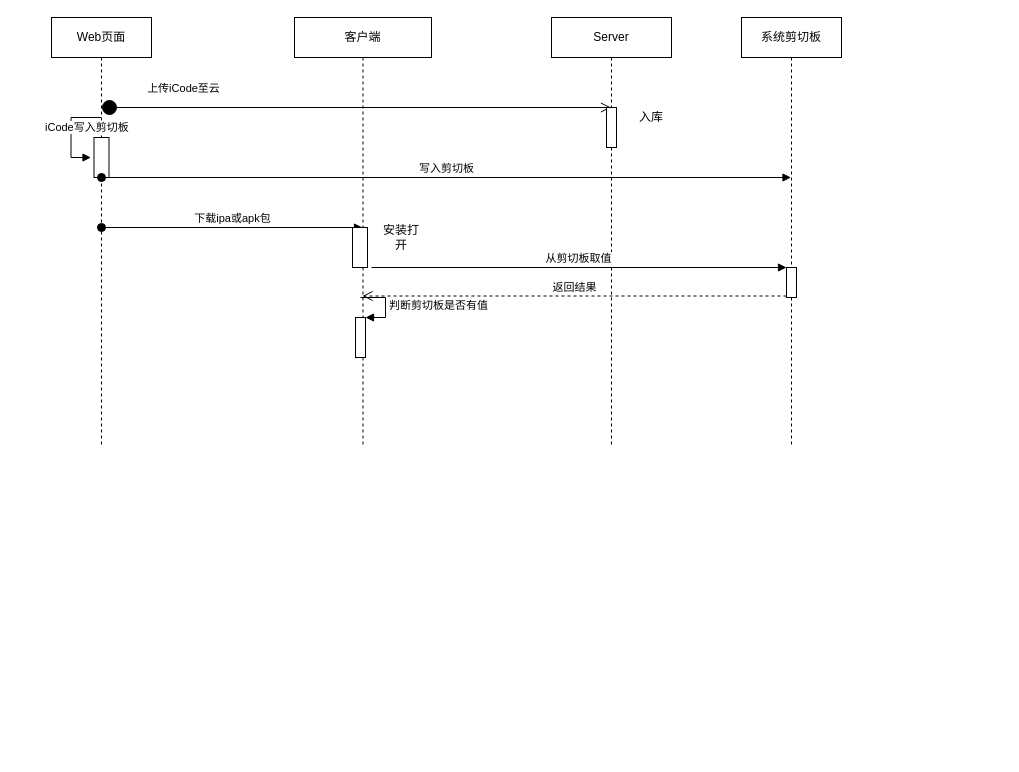
Before: Untitled Diagram.drawio in SunnyLy/Drawio, a draw.io diagram. Source tidied: cells renumbered, new cells numbered last; positions are measured from the earlier drawing's top-left corner, leaving out a move shared by most shapes. Both pictures are drawn from the tidied source at 100%, with x=0, y=0 at pixel (51, 17).
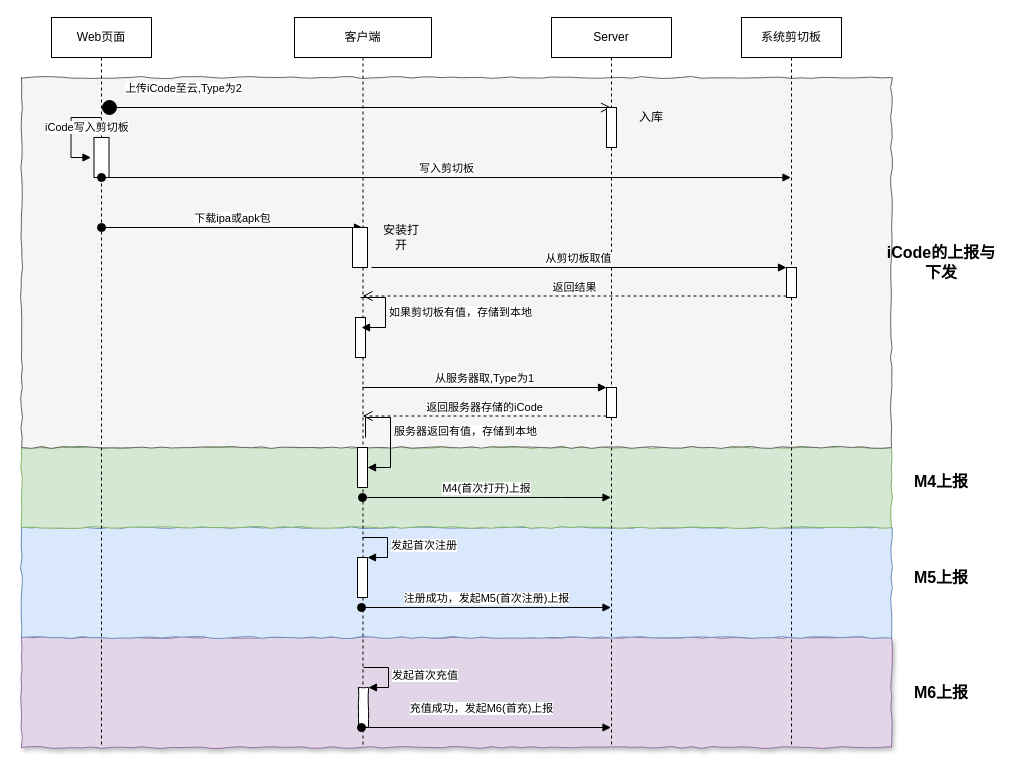
The same page after the edit.

The change refers to these unchanged cells:
```xml
<mxCell id="14" style="html=1;points=[];perimeter=orthogonalPerimeter;" parent="11" vertex="1">
  <mxGeometry x="61" y="300" width="10" height="40" as="geometry" />
</mxCell>
```

What changed in the source:
```diff
@@
+    <mxCell id="20" style="rounded=0;whiteSpace=wrap;html=1;shadow=1;comic=1;fillColor=#e1d5e7;strokeColor=#9673a6;" parent="1" vertex="1">
+      <mxGeometry x="-30" y="620" width="870" height="110" as="geometry" />
+    </mxCell>
+    <mxCell id="21" style="rounded=0;whiteSpace=wrap;html=1;shadow=0;comic=1;fillColor=#dae8fc;strokeColor=#6c8ebf;" parent="1" vertex="1">
+      <mxGeometry x="-30" y="510" width="870" height="110" as="geometry" />
+    </mxCell>
+    <mxCell id="22" style="rounded=0;whiteSpace=wrap;html=1;fillColor=#d5e8d4;shadow=0;strokeColor=#82b366;comic=1;" parent="1" vertex="1">
+      <mxGeometry x="-30" y="430" width="870" height="80" as="geometry" />
+    </mxCell>
+    <mxCell id="23" style="rounded=0;whiteSpace=wrap;html=1;fillColor=#f5f5f5;strokeColor=#666666;fontColor=#333333;comic=1;shadow=0;" parent="1" vertex="1">
+      <mxGeometry x="-30" y="60" width="870" height="370" as="geometry" />
+    </mxCell>
     <mxCell id="2" value="Web页面" style="shape=umlLifeline;perimeter=lifelinePerimeter;whiteSpace=wrap;html=1;" parent="1" vertex="1">
-      <mxGeometry width="100" height="430" as="geometry" />
+      <mxGeometry width="100" height="730" as="geometry" />
     </mxCell>
-    <mxCell id="3" value="上传iCode至云" style="html=1;verticalAlign=bottom;startArrow=circle;startFill=1;endArrow=open;startSize=6;endSize=8;" parent="2" edge="1" target="8">
+    <mxCell id="3" value="上传iCode至云,Type为2" style="html=1;verticalAlign=bottom;startArrow=circle;startFill=1;endArrow=open;startSize=6;endSize=8;" parent="2" edge="1" target="8">
       <mxGeometry x="-0.68" y="10" relative="1" as="geometry">
         <mxPoint x="50" y="90" as="sourcePoint" />
       </mxGeometry>
     </mxCell>
@@
     <mxCell id="8" value="Server" style="shape=umlLifeline;perimeter=lifelinePerimeter;whiteSpace=wrap;html=1;outlineConnect=0;" parent="1" vertex="1">
-      <mxGeometry x="500" width="120" height="430" as="geometry" />
+      <mxGeometry x="500" width="120" height="730" as="geometry" />
     </mxCell>
@@
+    <mxCell id="24" style="html=1;points=[];perimeter=orthogonalPerimeter;" parent="8" vertex="1">
+      <mxGeometry x="55" y="370" width="10" height="30" as="geometry" />
+    </mxCell>
     <mxCell id="11" value="客户端" style="shape=umlLifeline;perimeter=lifelinePerimeter;whiteSpace=wrap;html=1;outlineConnect=0;" parent="1" vertex="1">
-      <mxGeometry x="243" width="137" height="430" as="geometry" />
+      <mxGeometry x="243" width="137" height="730" as="geometry" />
     </mxCell>
@@
-    <mxCell id="15" value="判断剪切板是否有值" style="edgeStyle=orthogonalEdgeStyle;html=1;align=left;spacingLeft=2;endArrow=block;rounded=0;entryX=1;entryY=0;" parent="11" edge="1" target="14">
+    <mxCell id="15" value="如果剪切板有值，存储到本地" style="edgeStyle=orthogonalEdgeStyle;html=1;align=left;spacingLeft=2;endArrow=block;rounded=0;entryX=0.6;entryY=0.25;entryDx=0;entryDy=0;entryPerimeter=0;" parent="11" edge="1" target="14">
       <mxGeometry relative="1" as="geometry">
         <mxPoint x="66" y="280" as="sourcePoint" />
         <Array as="points">
           <mxPoint x="91" y="280" />
+          <mxPoint x="91" y="310" />
         </Array>
       </mxGeometry>
     </mxCell>
+    <mxCell id="25" style="html=1;perimeter=orthogonalPerimeter;" parent="11" vertex="1">
+      <mxGeometry x="63" y="430" width="10" height="40" as="geometry" />
+    </mxCell>
+    <mxCell id="26" value="服务器返回有值，存储到本地" style="edgeStyle=orthogonalEdgeStyle;html=1;align=left;spacingLeft=2;endArrow=block;rounded=0;" parent="11" edge="1">
+      <mxGeometry relative="1" as="geometry">
+        <mxPoint x="71" y="420" as="sourcePoint" />
+        <mxPoint x="73" y="450" as="targetPoint" />
+        <Array as="points">
+          <mxPoint x="71" y="400" />
+          <mxPoint x="96" y="400" />
+          <mxPoint x="96" y="450" />
+          <mxPoint x="73" y="450" />
+        </Array>
+      </mxGeometry>
+    </mxCell>
+    <mxCell id="27" style="html=1;points=[];perimeter=orthogonalPerimeter;fillColor=#FFFFFF;" parent="11" vertex="1">
+      <mxGeometry x="63" y="540" width="10" height="40" as="geometry" />
+    </mxCell>
+    <mxCell id="28" value="发起首次注册" style="edgeStyle=orthogonalEdgeStyle;html=1;align=left;spacingLeft=2;endArrow=block;rounded=0;entryX=1;entryY=0;" parent="11" edge="1" target="27">
+      <mxGeometry relative="1" as="geometry">
+        <mxPoint x="68" y="520" as="sourcePoint" />
+        <Array as="points">
+          <mxPoint x="93" y="520" />
+        </Array>
+      </mxGeometry>
+    </mxCell>
+    <mxCell id="29" value="注册成功，发起M5(首次注册)上报" style="html=1;verticalAlign=bottom;startArrow=oval;startFill=1;endArrow=block;startSize=8;" parent="11" edge="1" target="8">
+      <mxGeometry relative="1" as="geometry">
+        <mxPoint x="67" y="590" as="sourcePoint" />
+      </mxGeometry>
+    </mxCell>
+    <mxCell id="30" style="html=1;points=[];perimeter=orthogonalPerimeter;rounded=0;shadow=0;comic=1;fillColor=#FFFFFF;" parent="11" vertex="1">
+      <mxGeometry x="64" y="670" width="10" height="40" as="geometry" />
+    </mxCell>
+    <mxCell id="31" value="发起首次充值" style="edgeStyle=orthogonalEdgeStyle;html=1;align=left;spacingLeft=2;endArrow=block;rounded=0;entryX=1;entryY=0;" parent="11" edge="1" target="30">
+      <mxGeometry relative="1" as="geometry">
+        <mxPoint x="69" y="650" as="sourcePoint" />
+        <Array as="points">
+          <mxPoint x="94" y="650" />
+        </Array>
+      </mxGeometry>
+    </mxCell>
+    <mxCell id="32" value="充值成功，发起M6(首充)上报" style="html=1;verticalAlign=bottom;startArrow=oval;startFill=1;endArrow=block;startSize=8;" parent="11" edge="1" target="8">
+      <mxGeometry x="-0.04" y="10" relative="1" as="geometry">
+        <mxPoint x="67" y="710" as="sourcePoint" />
+      </mxGeometry>
+    </mxCell>
     <mxCell id="16" value="系统剪切板" style="shape=umlLifeline;perimeter=lifelinePerimeter;whiteSpace=wrap;html=1;outlineConnect=0;" parent="1" vertex="1">
-      <mxGeometry x="690" width="100" height="430" as="geometry" />
+      <mxGeometry x="690" width="100" height="730" as="geometry" />
     </mxCell>
@@
+    <mxCell id="33" value="从服务器取,Type为1" style="html=1;verticalAlign=bottom;endArrow=block;entryX=0;entryY=0;" parent="1" edge="1" source="11" target="24">
+      <mxGeometry relative="1" as="geometry" />
+    </mxCell>
+    <mxCell id="34" value="返回服务器存储的iCode" style="html=1;verticalAlign=bottom;endArrow=open;dashed=1;endSize=8;exitX=0;exitY=0.95;" parent="1" edge="1" source="24" target="11">
+      <mxGeometry relative="1" as="geometry" />
+    </mxCell>
+    <mxCell id="35" value="&lt;b&gt;&lt;font style=&quot;font-size: 16px&quot;&gt;iCode的上报与下发&lt;/font&gt;&lt;/b&gt;" style="text;html=1;strokeColor=none;fillColor=none;align=center;verticalAlign=middle;whiteSpace=wrap;rounded=0;" parent="1" vertex="1">
+      <mxGeometry x="830" y="225" width="120" height="40" as="geometry" />
+    </mxCell>
+    <mxCell id="36" value="M4(首次打开)上报" style="html=1;verticalAlign=bottom;startArrow=oval;startFill=1;endArrow=block;startSize=8;" parent="1" edge="1" source="11" target="8">
+      <mxGeometry relative="1" as="geometry">
+        <Array as="points">
+          <mxPoint x="500" y="480" />
+        </Array>
+      </mxGeometry>
+    </mxCell>
+    <mxCell id="37" value="&lt;b&gt;&lt;font style=&quot;font-size: 16px&quot;&gt;M4上报&lt;/font&gt;&lt;/b&gt;" style="text;html=1;strokeColor=none;fillColor=none;align=center;verticalAlign=middle;whiteSpace=wrap;rounded=0;" parent="1" vertex="1">
+      <mxGeometry x="830" y="444" width="120" height="40" as="geometry" />
+    </mxCell>
+    <mxCell id="38" value="&lt;b&gt;&lt;font style=&quot;font-size: 16px&quot;&gt;M5上报&lt;/font&gt;&lt;/b&gt;" style="text;html=1;strokeColor=none;fillColor=none;align=center;verticalAlign=middle;whiteSpace=wrap;rounded=0;" parent="1" vertex="1">
+      <mxGeometry x="830" y="540" width="120" height="40" as="geometry" />
+    </mxCell>
+    <mxCell id="39" value="&lt;b&gt;&lt;font style=&quot;font-size: 16px&quot;&gt;M6上报&lt;/font&gt;&lt;/b&gt;" style="text;html=1;strokeColor=none;fillColor=none;align=center;verticalAlign=middle;whiteSpace=wrap;rounded=0;" parent="1" vertex="1">
+      <mxGeometry x="830" y="655" width="120" height="40" as="geometry" />
+    </mxCell>
```
